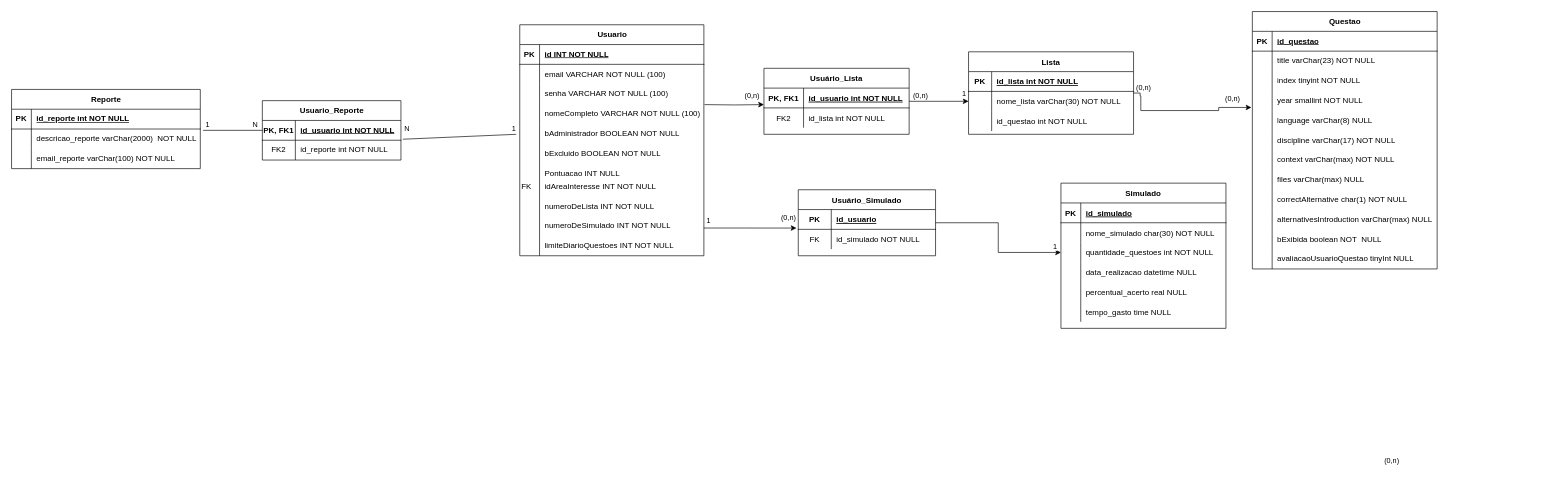
Above: DIAGRAMA ER.drawio in augustorazani/QENEM-UML-Diagram (draw.io), before the change. Source tidied: cells renumbered, new cells numbered last; positions are measured from the earlier drawing's top-left corner, leaving out a move shared by most shapes. Both pictures are drawn from the tidied source at 66%, with x=0, y=0 at pixel (11, 11).
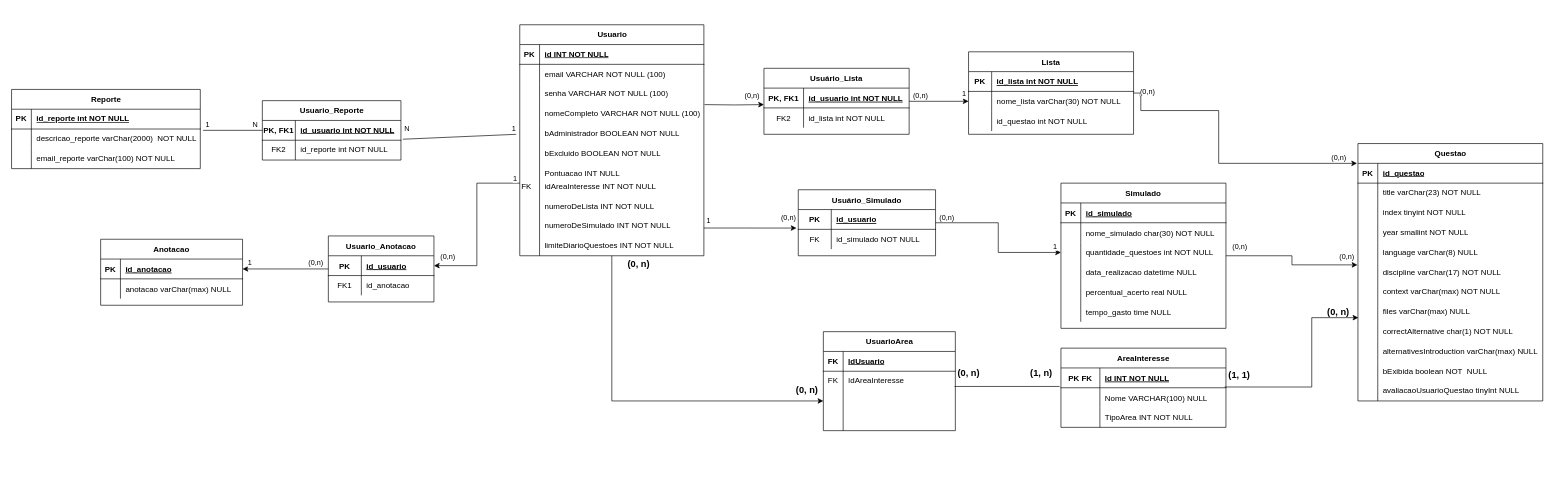
The same diagram, later.

The change refers to these unchanged cells:
```xml
<mxCell id="5" value="Lista" style="shape=table;startSize=30;childLayout=tableLayout;rowLines=0;fontStyle=1;align=center;" parent="1" vertex="1">
  <mxGeometry x="1450" y="61" width="250" height="125" as="geometry" />
</mxCell>
<mxCell id="60" style="shape=tableRow;horizontal=0;startSize=0;swimlaneHead=0;swimlaneBody=0;fillColor=none;points=[[0,0.5],[1,0.5]];portConstraint=eastwest;top=0;left=0;right=0;bottom=0;" parent="50" vertex="1">
  <mxGeometry y="120" width="280" height="30" as="geometry" />
</mxCell>
<mxCell id="63" style="shape=tableRow;horizontal=0;startSize=0;swimlaneHead=0;swimlaneBody=0;fillColor=none;points=[[0,0.5],[1,0.5]];portConstraint=eastwest;top=0;left=0;right=0;bottom=0;" parent="50" vertex="1">
  <mxGeometry y="150" width="280" height="30" as="geometry" />
</mxCell>
<mxCell id="72" style="shape=tableRow;horizontal=0;startSize=0;swimlaneHead=0;swimlaneBody=0;fillColor=none;points=[[0,0.5],[1,0.5]];portConstraint=eastwest;top=0;left=0;right=0;bottom=0;" parent="50" vertex="1">
  <mxGeometry y="240" width="280" height="30" as="geometry" />
</mxCell>
<mxCell id="87" value="Usuario" style="shape=table;startSize=30;childLayout=tableLayout;rowLines=0;fontStyle=1;align=center;html=1;" parent="1" vertex="1">
  <mxGeometry x="770" y="20" width="279" height="350" as="geometry" />
</mxCell>
<mxCell id="116" value="Simulado" style="shape=table;startSize=30;childLayout=tableLayout;rowLines=0;fontStyle=1;align=center;" parent="1" vertex="1">
  <mxGeometry x="1590" y="260" width="250" height="220" as="geometry" />
</mxCell>
```

Change to the diagram source:
```diff
@@
-    <mxCell id="2" style="edgeStyle=orthogonalEdgeStyle;rounded=0;jettySize=auto;html=1;entryX=-0.005;entryY=0.844;entryDx=0;entryDy=0;entryPerimeter=0;" parent="1" edge="1" source="5" target="60">
+    <mxCell id="2" style="edgeStyle=orthogonalEdgeStyle;rounded=0;jettySize=auto;html=1;entryX=-0.005;entryY=0.077;entryDx=0;entryDy=0;entryPerimeter=0;" parent="1" edge="1" source="5" target="50">
       <mxGeometry relative="1" as="geometry">
         <Array as="points">
-          <mxPoint x="1710" y="124" />
+          <mxPoint x="1710" y="123" />
           <mxPoint x="1710" y="128" />
           <mxPoint x="1711" y="128" />
           <mxPoint x="1711" y="150" />
           <mxPoint x="1829" y="150" />
+          <mxPoint x="1829" y="230" />
         </Array>
       </mxGeometry>
     </mxCell>
     <mxCell id="3" value="(0,n)" style="edgeLabel;html=1;align=center;verticalAlign=middle;" parent="2" vertex="1">
       <mxGeometry x="0.8" y="1" relative="1" as="geometry">
-        <mxPoint x="-8" y="-13" as="offset" />
+        <mxPoint x="16" y="-9" as="offset" />
       </mxGeometry>
     </mxCell>
     <mxCell id="4" value="(0,n)" style="edgeLabel;html=1;align=center;verticalAlign=middle;" parent="2" vertex="1">
       <mxGeometry x="-0.8" y="1" relative="1" as="geometry">
-        <mxPoint x="2" y="-19" as="offset" />
+        <mxPoint x="2" y="-29" as="offset" />
       </mxGeometry>
     </mxCell>
@@
     <mxCell id="50" value="Questao" style="shape=table;startSize=30;childLayout=tableLayout;rowLines=0;fontStyle=1;align=center;html=1;" parent="1" vertex="1">
-      <mxGeometry x="1880" width="280" height="390" as="geometry" />
+      <mxGeometry x="2040" y="200" width="280" height="390" as="geometry" />
     </mxCell>
@@
+    <mxCell id="148" style="edgeStyle=orthogonalEdgeStyle;rounded=0;jettySize=auto;html=1;entryX=1;entryY=0.5;entryDx=0;entryDy=0;" parent="1" edge="1" source="87" target="159">
+      <mxGeometry relative="1" as="geometry">
+        <Array as="points">
+          <mxPoint x="705" y="260" />
+          <mxPoint x="705" y="385" />
+        </Array>
+      </mxGeometry>
+    </mxCell>
+    <mxCell id="149" style="edgeStyle=orthogonalEdgeStyle;rounded=0;jettySize=auto;html=1;entryX=0;entryY=0.5;entryDx=0;entryDy=0;" parent="1" edge="1" source="87" target="186">
+      <mxGeometry relative="1" as="geometry" />
+    </mxCell>
@@
     <mxCell id="146" value="(0,n)" style="edgeLabel;html=1;align=center;verticalAlign=middle;" parent="1" vertex="1">
-      <mxGeometry x="2090" y="680" as="geometry" />
+      <mxGeometry x="1416" y="311" as="geometry" />
     </mxCell>
@@
+    <mxCell id="150" value="Anotacao" style="shape=table;startSize=30;childLayout=tableLayout;rowLines=0;fontStyle=1;align=center;" parent="1" vertex="1">
+      <mxGeometry x="135" y="345" width="215" height="100" as="geometry" />
+    </mxCell>
+    <mxCell id="151" style="shape=partialRectangle;fillColor=none;points=[[0,0.5],[1,0.5]];portConstraint=eastwest;top=0;left=0;right=0;bottom=1;" parent="150" vertex="1">
+      <mxGeometry y="30" width="215" height="30" as="geometry" />
+    </mxCell>
+    <mxCell id="152" value="PK" style="shape=partialRectangle;overflow=hidden;fillColor=none;top=0;left=0;bottom=0;right=0;fontStyle=1;" parent="151" vertex="1">
+      <mxGeometry width="30" height="30" as="geometry" />
+    </mxCell>
+    <mxCell id="153" value="id_anotacao" style="shape=partialRectangle;overflow=hidden;fillColor=none;top=0;left=0;bottom=0;right=0;align=left;spacingLeft=6;fontStyle=5;" parent="151" vertex="1">
+      <mxGeometry x="30" width="185" height="30" as="geometry" />
+    </mxCell>
+    <mxCell id="154" style="shape=partialRectangle;fillColor=none;top=0;left=0;right=0;bottom=0;" parent="150" vertex="1">
+      <mxGeometry y="60" width="215" height="30" as="geometry" />
+    </mxCell>
+    <mxCell id="155" style="shape=partialRectangle;overflow=hidden;fillColor=none;top=0;left=0;bottom=0;right=0;" parent="154" vertex="1">
+      <mxGeometry width="30" height="30" as="geometry" />
+    </mxCell>
+    <mxCell id="156" value="anotacao varChar(max) NULL" style="shape=partialRectangle;overflow=hidden;fillColor=none;top=0;left=0;bottom=0;right=0;align=left;spacingLeft=6;" parent="154" vertex="1">
+      <mxGeometry x="30" width="185" height="30" as="geometry" />
+    </mxCell>
+    <mxCell id="157" style="edgeStyle=orthogonalEdgeStyle;rounded=0;jettySize=auto;html=1;entryX=1;entryY=0.5;entryDx=0;entryDy=0;" parent="1" edge="1" source="158" target="151">
+      <mxGeometry relative="1" as="geometry" />
+    </mxCell>
+    <mxCell id="158" value="Usuario_Anotacao" style="shape=table;startSize=30;childLayout=tableLayout;rowLines=0;fontStyle=1;align=center;" parent="1" vertex="1">
+      <mxGeometry x="480" y="340" width="160" height="100" as="geometry" />
+    </mxCell>
+    <mxCell id="159" style="shape=partialRectangle;fillColor=none;points=[[0,0.5],[1,0.5]];portConstraint=eastwest;top=0;left=0;right=0;bottom=1;" parent="158" vertex="1">
+      <mxGeometry y="30" width="160" height="30" as="geometry" />
+    </mxCell>
+    <mxCell id="160" value="PK" style="shape=partialRectangle;overflow=hidden;fillColor=none;top=0;left=0;bottom=0;right=0;fontStyle=1;" parent="159" vertex="1">
+      <mxGeometry width="50" height="30" as="geometry" />
+    </mxCell>
+    <mxCell id="161" value="id_usuario" style="shape=partialRectangle;overflow=hidden;fillColor=none;top=0;left=0;bottom=0;right=0;align=left;spacingLeft=6;fontStyle=5;" parent="159" vertex="1">
+      <mxGeometry x="50" width="110" height="30" as="geometry" />
+    </mxCell>
+    <mxCell id="162" style="shape=partialRectangle;fillColor=none;top=0;left=0;right=0;bottom=0;" parent="158" vertex="1">
+      <mxGeometry y="60" width="160" height="30" as="geometry" />
+    </mxCell>
+    <mxCell id="163" value="FK1" style="shape=partialRectangle;overflow=hidden;fillColor=none;top=0;left=0;bottom=0;right=0;" parent="162" vertex="1">
+      <mxGeometry width="50" height="30" as="geometry" />
+    </mxCell>
+    <mxCell id="164" value="id_anotacao" style="shape=partialRectangle;overflow=hidden;fillColor=none;top=0;left=0;bottom=0;right=0;align=left;spacingLeft=6;" parent="162" vertex="1">
+      <mxGeometry x="50" width="110" height="30" as="geometry" />
+    </mxCell>
+    <mxCell id="165" value="(0,n)" style="edgeLabel;html=1;align=center;verticalAlign=middle;" parent="1" vertex="1">
+      <mxGeometry x="660" y="370" as="geometry" />
+    </mxCell>
+    <mxCell id="166" value="1" style="edgeLabel;html=1;align=center;verticalAlign=middle;" parent="1" vertex="1">
+      <mxGeometry x="762" y="252" as="geometry" />
+    </mxCell>
+    <mxCell id="167" value="(0,n)" style="edgeLabel;html=1;align=center;verticalAlign=middle;" parent="1" vertex="1">
+      <mxGeometry x="460" y="380" as="geometry" />
+    </mxCell>
+    <mxCell id="168" value="1" style="edgeLabel;html=1;align=center;verticalAlign=middle;" parent="1" vertex="1">
+      <mxGeometry x="360" y="380" as="geometry" />
+    </mxCell>
+    <mxCell id="169" value="AreaInteresse" style="shape=table;startSize=30;childLayout=tableLayout;rowLines=0;fontStyle=1;align=center;" parent="1" vertex="1">
+      <mxGeometry x="1590" y="510" width="250" height="120" as="geometry" />
+    </mxCell>
+    <mxCell id="170" style="shape=partialRectangle;fillColor=none;top=0;left=0;right=0;bottom=1;" parent="169" vertex="1">
+      <mxGeometry y="30" width="250" height="30" as="geometry" />
+    </mxCell>
+    <mxCell id="171" value="PK FK" style="shape=partialRectangle;overflow=hidden;fillColor=none;top=0;left=0;bottom=0;right=0;fontStyle=1;" parent="170" vertex="1">
+      <mxGeometry width="59" height="30" as="geometry" />
+    </mxCell>
+    <mxCell id="172" value="Id INT NOT NULL " style="shape=partialRectangle;overflow=hidden;fillColor=none;top=0;left=0;bottom=0;right=0;align=left;spacingLeft=6;fontStyle=5;" parent="170" vertex="1">
+      <mxGeometry x="59" width="191" height="30" as="geometry" />
+    </mxCell>
+    <mxCell id="173" style="shape=partialRectangle;fillColor=none;points=[[0,0.5],[1,0.5]];portConstraint=eastwest;top=0;left=0;right=0;bottom=0;" parent="169" vertex="1">
+      <mxGeometry y="60" width="250" height="30" as="geometry" />
+    </mxCell>
+    <mxCell id="174" style="shape=partialRectangle;overflow=hidden;fillColor=none;top=0;left=0;bottom=0;right=0;" parent="173" vertex="1">
+      <mxGeometry width="59" height="30" as="geometry" />
+    </mxCell>
+    <mxCell id="175" value="Nome VARCHAR(100) NULL " style="shape=partialRectangle;overflow=hidden;fillColor=none;top=0;left=0;bottom=0;right=0;align=left;spacingLeft=6;" parent="173" vertex="1">
+      <mxGeometry x="59" width="191" height="30" as="geometry" />
+    </mxCell>
+    <mxCell id="176" style="shape=partialRectangle;fillColor=none;top=0;left=0;right=0;bottom=0;" parent="169" vertex="1">
+      <mxGeometry y="90" width="250" height="30" as="geometry" />
+    </mxCell>
+    <mxCell id="177" style="shape=partialRectangle;overflow=hidden;fillColor=none;top=0;left=0;bottom=0;right=0;" parent="176" vertex="1">
+      <mxGeometry width="59" height="30" as="geometry" />
+    </mxCell>
+    <mxCell id="178" value="TipoArea INT NOT NULL" style="shape=partialRectangle;overflow=hidden;fillColor=none;top=0;left=0;bottom=0;right=0;align=left;spacingLeft=6;" parent="176" vertex="1">
+      <mxGeometry x="59" width="191" height="30" as="geometry" />
+    </mxCell>
+    <mxCell id="179" value="UsuarioArea" style="shape=table;startSize=30;childLayout=tableLayout;rowLines=0;fontStyle=1;align=center;html=1;" parent="1" vertex="1">
+      <mxGeometry x="1230" y="485" width="200" height="150" as="geometry" />
+    </mxCell>
+    <mxCell id="180" style="shape=tableRow;horizontal=0;startSize=0;swimlaneHead=0;swimlaneBody=0;fillColor=none;top=0;left=0;right=0;bottom=1;" parent="179" vertex="1">
+      <mxGeometry y="30" width="200" height="30" as="geometry" />
+    </mxCell>
+    <mxCell id="181" value="FK" style="shape=partialRectangle;fillColor=none;top=0;left=0;bottom=0;right=0;fontStyle=1;overflow=hidden;whiteSpace=wrap;html=1;" parent="180" vertex="1">
+      <mxGeometry width="30" height="30" as="geometry" />
+    </mxCell>
+    <mxCell id="182" value="IdUsuario" style="shape=partialRectangle;fillColor=none;top=0;left=0;bottom=0;right=0;align=left;spacingLeft=6;fontStyle=5;overflow=hidden;whiteSpace=wrap;html=1;" parent="180" vertex="1">
+      <mxGeometry x="30" width="170" height="30" as="geometry" />
+    </mxCell>
+    <mxCell id="183" style="shape=tableRow;horizontal=0;startSize=0;swimlaneHead=0;swimlaneBody=0;fillColor=none;points=[[0,0.5],[1,0.5]];portConstraint=eastwest;top=0;left=0;right=0;bottom=0;" parent="179" vertex="1">
+      <mxGeometry y="60" width="200" height="30" as="geometry" />
+    </mxCell>
+    <mxCell id="184" value="FK" style="shape=partialRectangle;fillColor=none;top=0;left=0;bottom=0;right=0;overflow=hidden;whiteSpace=wrap;html=1;" parent="183" vertex="1">
+      <mxGeometry width="30" height="30" as="geometry" />
+    </mxCell>
+    <mxCell id="185" value="IdAreaInteresse" style="shape=partialRectangle;fillColor=none;top=0;left=0;bottom=0;right=0;align=left;spacingLeft=6;overflow=hidden;whiteSpace=wrap;html=1;" parent="183" vertex="1">
+      <mxGeometry x="30" width="170" height="30" as="geometry" />
+    </mxCell>
+    <mxCell id="186" style="shape=tableRow;horizontal=0;startSize=0;swimlaneHead=0;swimlaneBody=0;fillColor=none;points=[[0,0.5],[1,0.5]];portConstraint=eastwest;top=0;left=0;right=0;bottom=0;" parent="179" vertex="1">
+      <mxGeometry y="90" width="200" height="30" as="geometry" />
+    </mxCell>
+    <mxCell id="187" style="shape=partialRectangle;fillColor=none;top=0;left=0;bottom=0;right=0;overflow=hidden;whiteSpace=wrap;html=1;" parent="186" vertex="1">
+      <mxGeometry width="30" height="30" as="geometry" />
+    </mxCell>
+    <mxCell id="188" style="shape=partialRectangle;fillColor=none;top=0;left=0;bottom=0;right=0;align=left;spacingLeft=6;overflow=hidden;whiteSpace=wrap;html=1;" parent="186" vertex="1">
+      <mxGeometry x="30" width="170" height="30" as="geometry" />
+    </mxCell>
+    <mxCell id="189" style="shape=tableRow;horizontal=0;startSize=0;swimlaneHead=0;swimlaneBody=0;fillColor=none;top=0;left=0;right=0;bottom=0;" parent="179" vertex="1">
+      <mxGeometry y="120" width="200" height="30" as="geometry" />
+    </mxCell>
+    <mxCell id="190" style="shape=partialRectangle;fillColor=none;top=0;left=0;bottom=0;right=0;overflow=hidden;whiteSpace=wrap;html=1;" parent="189" vertex="1">
+      <mxGeometry width="30" height="30" as="geometry" />
+    </mxCell>
+    <mxCell id="191" style="shape=partialRectangle;fillColor=none;top=0;left=0;bottom=0;right=0;align=left;spacingLeft=6;overflow=hidden;whiteSpace=wrap;html=1;" parent="189" vertex="1">
+      <mxGeometry x="30" width="170" height="30" as="geometry" />
+    </mxCell>
+    <mxCell id="192" style="endArrow=none;html=1;rounded=0;entryX=-0.008;entryY=-0.065;entryDx=0;entryDy=0;entryPerimeter=0;exitX=0.994;exitY=0.768;exitDx=0;exitDy=0;exitPerimeter=0;" parent="1" edge="1" source="183" target="173">
+      <mxGeometry relative="1" as="geometry" />
+    </mxCell>
+    <mxCell id="193" value="&lt;font style=&quot;font-size: 14px;&quot;&gt;(0, n)&lt;/font&gt;" style="text;strokeColor=none;fillColor=none;html=1;fontSize=24;fontStyle=1;verticalAlign=middle;align=center;" parent="1" vertex="1">
+      <mxGeometry x="900" y="360" width="100" height="40" as="geometry" />
+    </mxCell>
+    <mxCell id="194" value="&lt;font style=&quot;font-size: 14px;&quot;&gt;(0, n)&lt;/font&gt;" style="text;strokeColor=none;fillColor=none;html=1;fontSize=24;fontStyle=1;verticalAlign=middle;align=center;" parent="1" vertex="1">
+      <mxGeometry x="1170" y="555" width="70" height="30" as="geometry" />
+    </mxCell>
+    <mxCell id="195" value="&lt;font style=&quot;font-size: 14px;&quot;&gt;(0, n)&lt;/font&gt;" style="text;strokeColor=none;fillColor=none;html=1;fontSize=24;fontStyle=1;verticalAlign=middle;align=center;" parent="1" vertex="1">
+      <mxGeometry x="1400" y="525" width="100" height="40" as="geometry" />
+    </mxCell>
+    <mxCell id="196" value="&lt;font style=&quot;font-size: 14px;&quot;&gt;(1, n)&lt;/font&gt;" style="text;strokeColor=none;fillColor=none;html=1;fontSize=24;fontStyle=1;verticalAlign=middle;align=center;" parent="1" vertex="1">
+      <mxGeometry x="1510" y="525" width="100" height="40" as="geometry" />
+    </mxCell>
+    <mxCell id="197" value="&lt;font style=&quot;font-size: 14px;&quot;&gt;&lt;b&gt;(1, 1)&lt;/b&gt;&lt;/font&gt;" style="text;html=1;align=center;verticalAlign=middle;strokeColor=none;fillColor=none;" parent="1" vertex="1">
+      <mxGeometry x="1830" y="535" width="60" height="30" as="geometry" />
+    </mxCell>
+    <mxCell id="198" value="&lt;font style=&quot;font-size: 14px;&quot;&gt;&lt;b&gt;(0, n)&lt;/b&gt;&lt;/font&gt;" style="text;html=1;align=center;verticalAlign=middle;strokeColor=none;fillColor=none;" parent="1" vertex="1">
+      <mxGeometry x="1980" y="440" width="60" height="30" as="geometry" />
+    </mxCell>
+    <mxCell id="199" style="edgeStyle=orthogonalEdgeStyle;rounded=0;jettySize=auto;html=1;entryX=-0.003;entryY=1.128;entryDx=0;entryDy=0;entryPerimeter=0;" parent="1" edge="1" source="116" target="63">
+      <mxGeometry relative="1" as="geometry" />
+    </mxCell>
+    <mxCell id="200" style="edgeStyle=orthogonalEdgeStyle;rounded=0;jettySize=auto;html=1;entryX=0.002;entryY=0.794;entryDx=0;entryDy=0;entryPerimeter=0;exitX=0.992;exitY=-0.038;exitDx=0;exitDy=0;exitPerimeter=0;" parent="1" edge="1" source="173" target="72">
+      <mxGeometry relative="1" as="geometry">
+        <Array as="points">
+          <mxPoint x="1970" y="569" />
+          <mxPoint x="1970" y="464" />
+        </Array>
+      </mxGeometry>
+    </mxCell>
+    <mxCell id="201" value="(0,n)" style="edgeLabel;html=1;align=center;verticalAlign=middle;" parent="1" vertex="1">
+      <mxGeometry x="1860" y="355" as="geometry" />
+    </mxCell>
+    <mxCell id="202" value="(0,n)" style="edgeLabel;html=1;align=center;verticalAlign=middle;" parent="1" vertex="1">
+      <mxGeometry x="2022" y="370" as="geometry" />
+    </mxCell>
```
